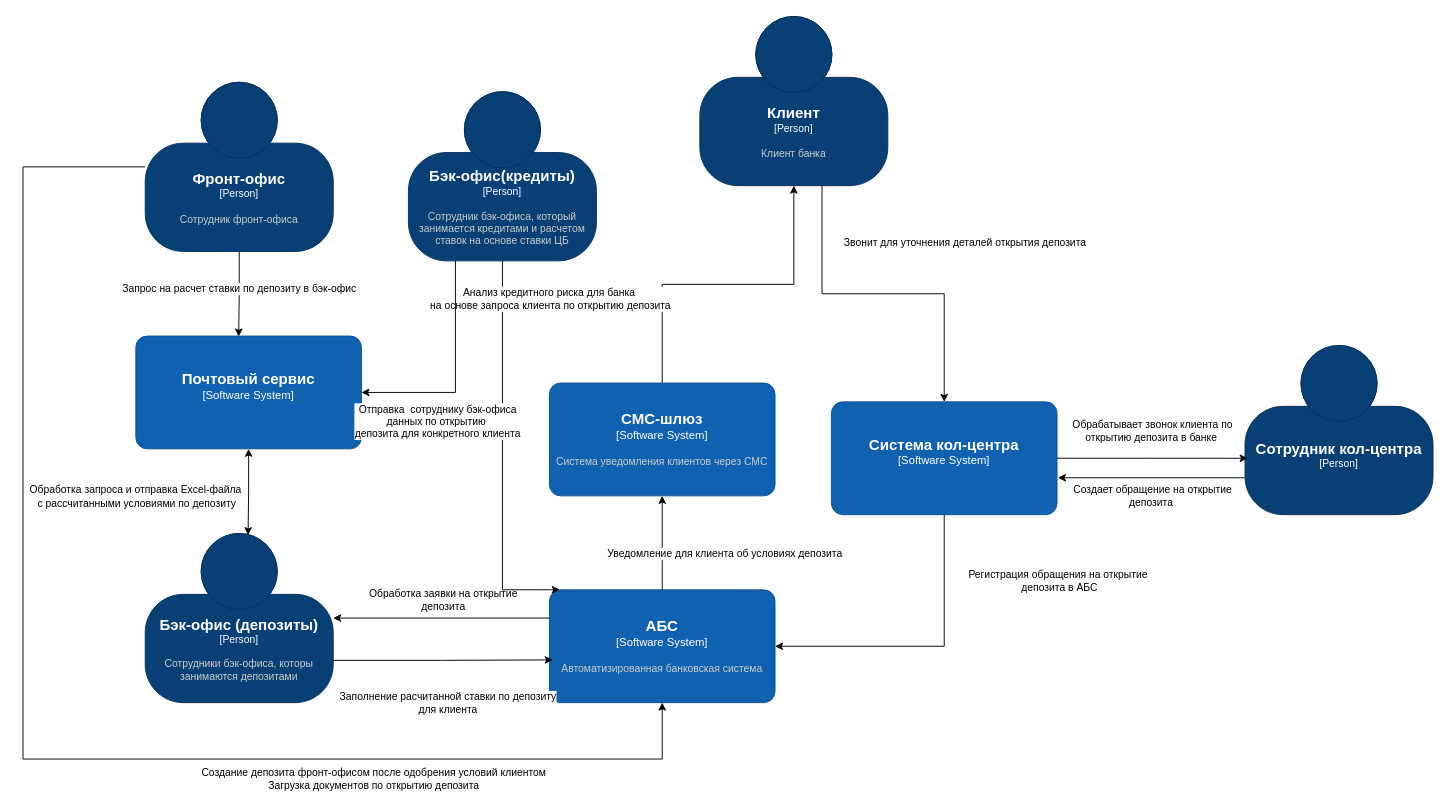
Above: Task1/integration_scheme.drawio in matrosov-nikita/architecture-sprint-9 (draw.io), before the change. Source tidied: cells renumbered, new cells numbered last; positions are measured from the earlier drawing's top-left corner, leaving out a move shared by most shapes. Both pictures are drawn from the tidied source at 94%, with x=0, y=0 at pixel (23, 16).
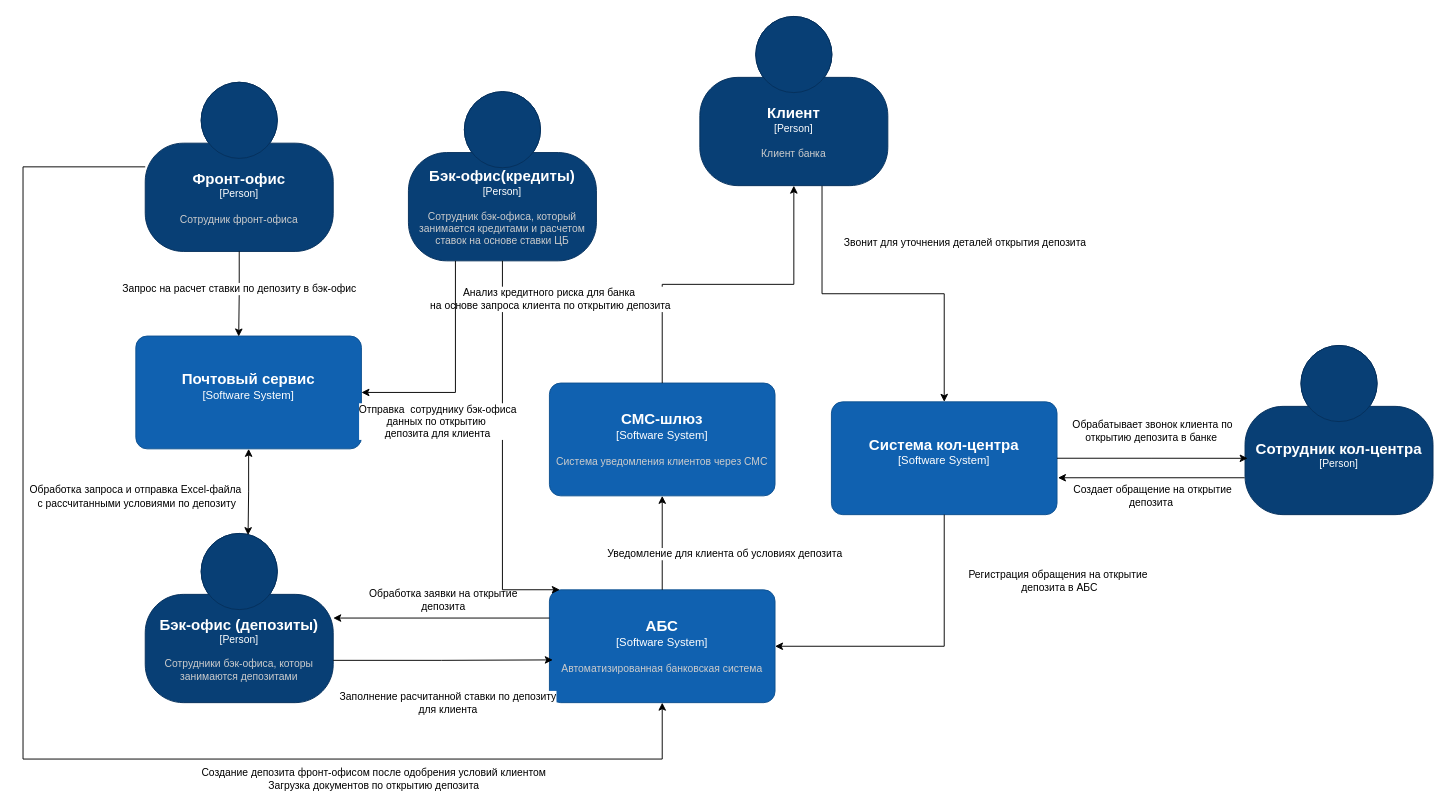
Above is the later version.

Unchanged cells that the change refers to:
```xml
<mxCell id="32" style="edgeStyle=orthogonalEdgeStyle;rounded=0;jettySize=auto;html=1;exitX=0.25;exitY=1;exitDx=0;exitDy=0;exitPerimeter=0;entryX=1;entryY=0.5;entryDx=0;entryDy=0;entryPerimeter=0;" parent="1" edge="1" source="29" target="24">
  <mxGeometry relative="1" as="geometry" />
</mxCell>
```

Diff of the diagram source:
```diff
@@
-    <mxCell id="33" value="Отправка&amp;nbsp; сотруднику бэк-офиса&lt;br&gt;&lt;div&gt;данных по открытию&amp;nbsp;&lt;div&gt;депозита для конкретного клиента&lt;/div&gt;&lt;/div&gt;" style="edgeLabel;html=1;align=center;verticalAlign=middle;" parent="32" vertex="1">
+    <mxCell id="33" value="Отправка&amp;nbsp; сотруднику бэк-офиса&lt;br&gt;&lt;div&gt;данных по открытию&amp;nbsp;&lt;div&gt;депозита для клиента&lt;/div&gt;&lt;/div&gt;" style="edgeLabel;html=1;align=center;verticalAlign=middle;" parent="32" vertex="1">
       <mxGeometry x="0.38" y="1" relative="1" as="geometry">
         <mxPoint x="6" y="29" as="offset" />
       </mxGeometry>
     </mxCell>
```
